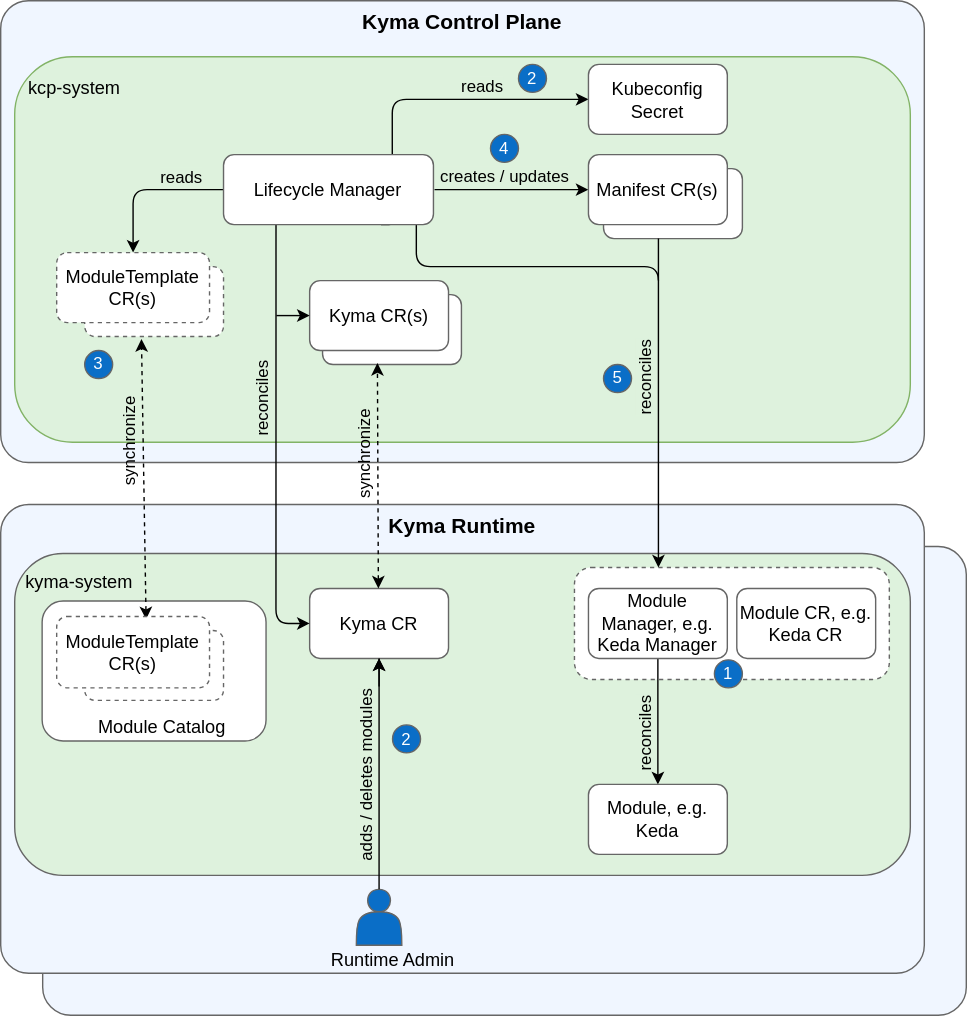
Earlier version of the draw.io export docs/assets/lifecycle-manager-architecture.svg (kyma-project/lifecycle-manager). Source tidied: cells renumbered, new cells last; positions are measured from the earlier drawing's top-left corner, leaving out a move shared by most shapes.
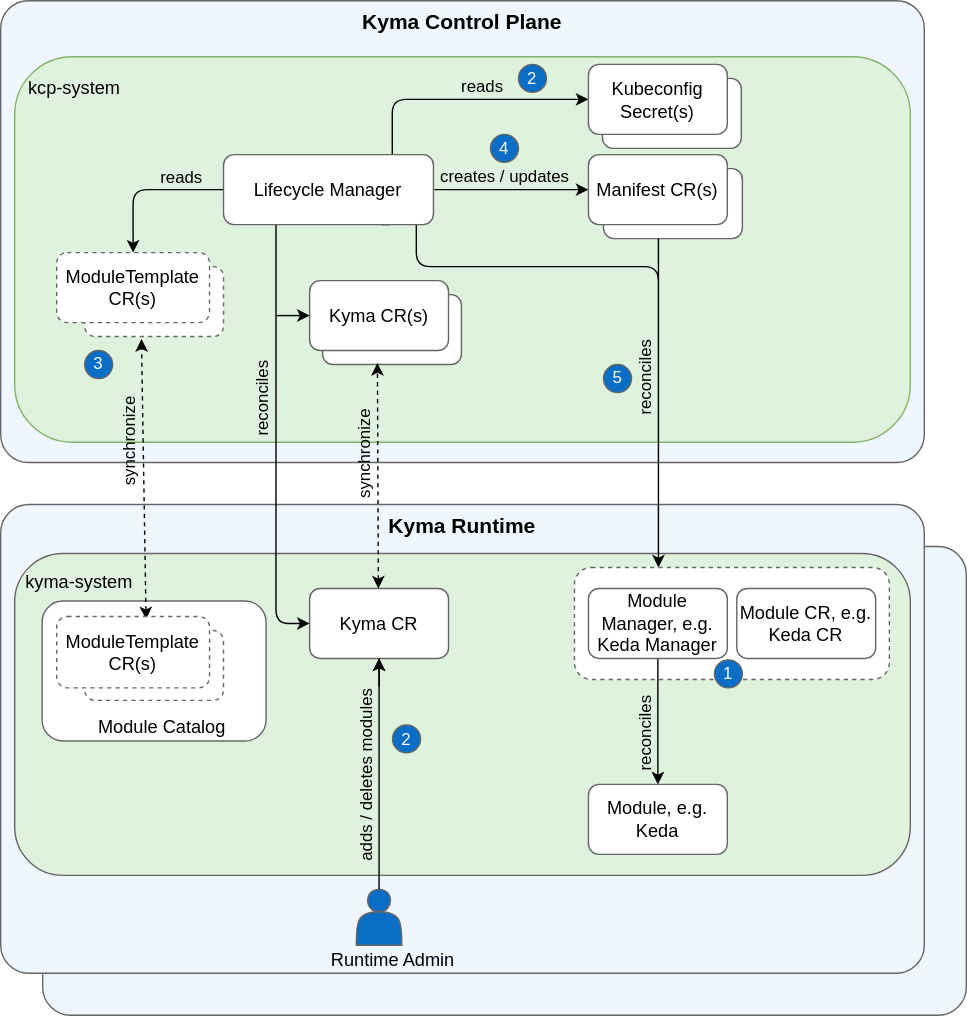
Above is the later version.

The edit, as a diff of the source:
```diff
@@ -20,6 +20,9 @@
     <mxCell id="7" value="&lt;font style=&quot;font-size: 13px;&quot;&gt;kcp-system&lt;/font&gt;" style="rounded=1;whiteSpace=wrap;html=1;fillColor=#DEF2DD;strokeColor=#82b366;verticalAlign=top;fontSize=13;align=left;spacingRight=0;spacingBottom=0;spacingTop=0;spacing=10;" parent="1" vertex="1">
       <mxGeometry x="10" y="40" width="640" height="275.5" as="geometry" />
     </mxCell>
+    <mxCell id="47" style="rounded=1;whiteSpace=wrap;html=1;strokeColor=#666666;strokeWidth=1;fontSize=13;fillColor=default;verticalAlign=middle;" parent="1" vertex="1">
+      <mxGeometry x="430" y="55.5" width="99.2" height="50" as="geometry" />
+    </mxCell>
     <mxCell id="8" style="rounded=1;whiteSpace=wrap;html=1;strokeColor=#666666;strokeWidth=1;fontSize=13;fillColor=default;verticalAlign=middle;align=center;" parent="1" vertex="1">
       <mxGeometry x="430.8" y="120" width="99.2" height="50" as="geometry" />
     </mxCell>
@@ -114,7 +117,7 @@
         <mxPoint x="197" y="225" as="sourcePoint" />
       </mxGeometry>
     </mxCell>
-    <mxCell id="32" value="Kubeconfig Secret" style="rounded=1;whiteSpace=wrap;html=1;strokeColor=#666666;strokeWidth=1;fontSize=13;fillColor=default;verticalAlign=middle;" parent="1" vertex="1">
+    <mxCell id="32" value="Kubeconfig Secret(s)" style="rounded=1;whiteSpace=wrap;html=1;strokeColor=#666666;strokeWidth=1;fontSize=13;fillColor=default;verticalAlign=middle;" parent="1" vertex="1">
       <mxGeometry x="420" y="45.5" width="99.2" height="50" as="geometry" />
     </mxCell>
     <mxCell id="33" value="Manifest CR(s)" style="rounded=1;whiteSpace=wrap;html=1;strokeColor=#666666;strokeWidth=1;fontSize=13;fillColor=default;verticalAlign=middle;spacingRight=0;align=center;" parent="1" vertex="1">
```
